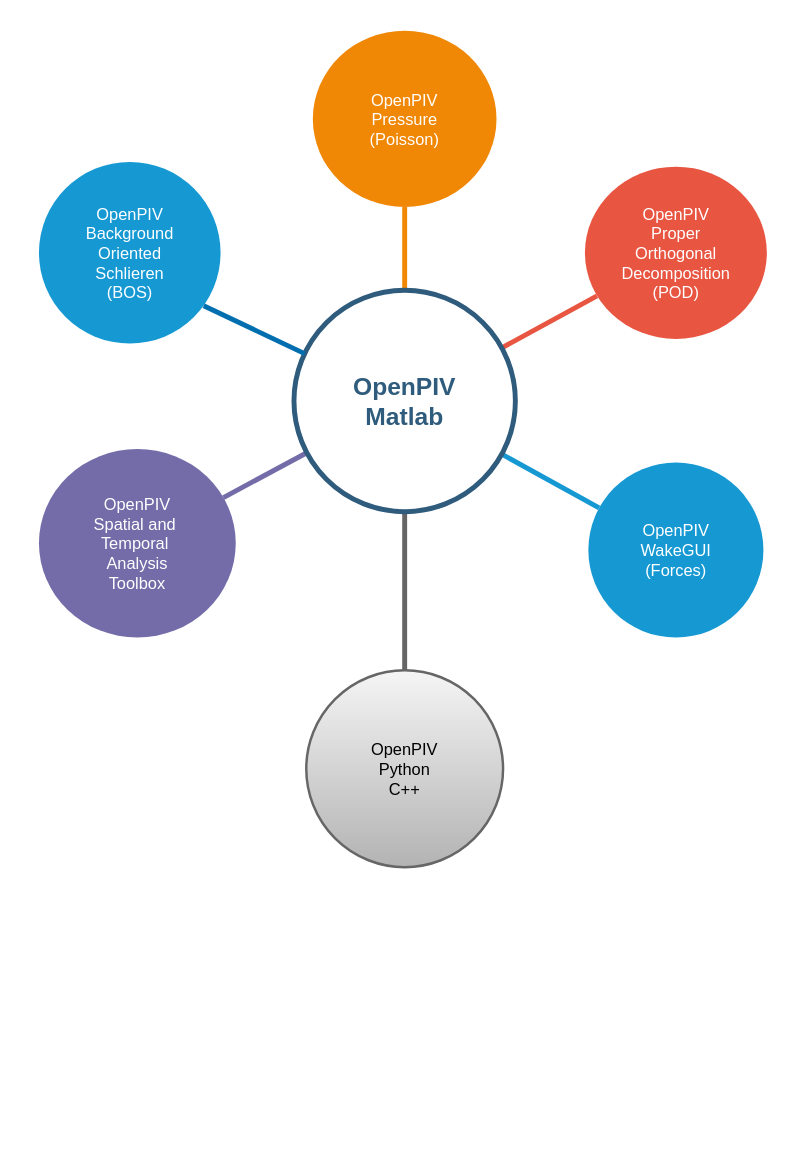
The draw.io diagram images/openpiv-matlab-full-map.drawio in OpenPIV/openpiv.github.com, before the edit. Source tidied: cells renumbered, new cells numbered last; positions are measured from the earlier drawing's top-left corner, leaving out a move shared by most shapes. Both pictures are drawn from the tidied source at 82%, with x=0, y=0 at pixel (39, 30).
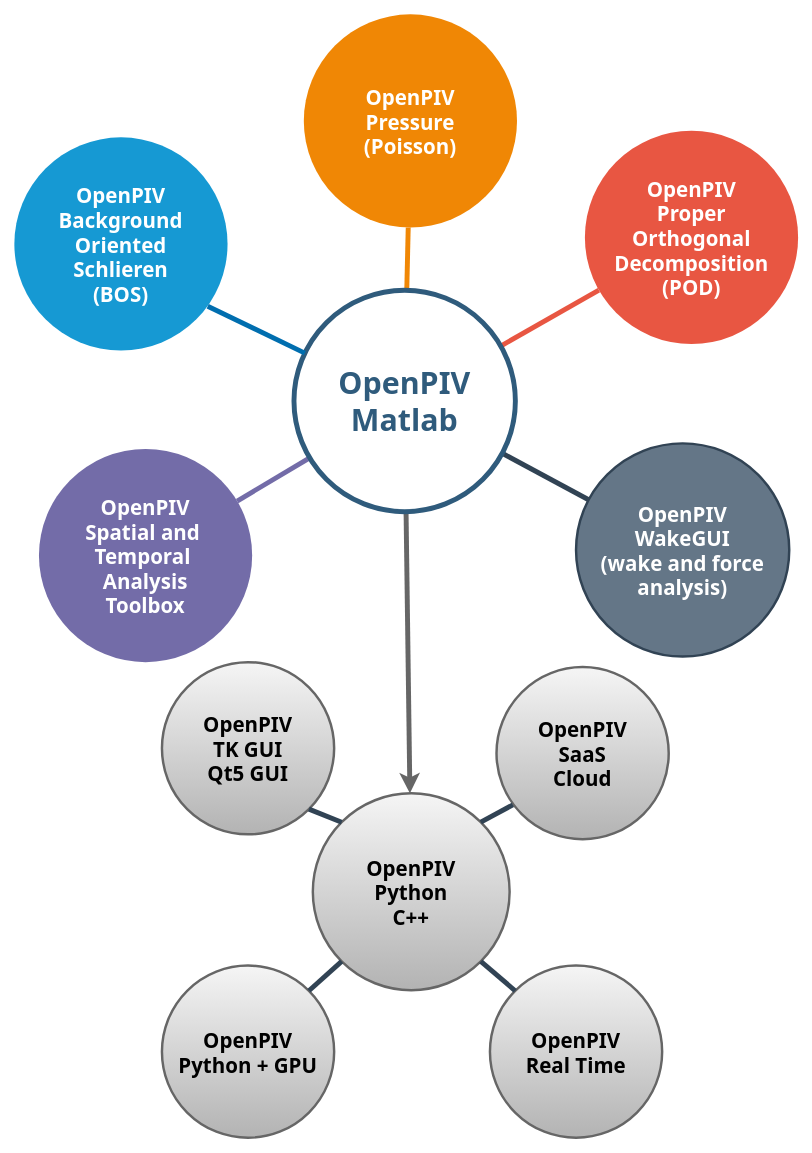
The same diagram, later.

What changed in the source:
```diff
@@
-    <mxCell id="2" value="OpenPIV&lt;br&gt;Pressure&lt;br&gt;(Poisson)" style="ellipse;whiteSpace=wrap;html=1;shadow=0;fontFamily=Helvetica;fontSize=20;fontColor=#FFFFFF;align=center;strokeWidth=3;fillColor=#F08705;strokeColor=none;gradientColor=none;" parent="1" vertex="1">
-      <mxGeometry x="334" width="224" height="215" as="geometry" />
+    <mxCell id="2" value="OpenPIV&lt;br style=&quot;font-size: 25px;&quot;&gt;Pressure&lt;br style=&quot;font-size: 25px;&quot;&gt;(Poisson)" style="ellipse;whiteSpace=wrap;html=1;shadow=0;fontFamily=Tahoma;fontSize=25;fontColor=#FFFFFF;align=center;strokeWidth=3;fillColor=#F08705;strokeColor=none;gradientColor=none;fontStyle=1;" parent="1" vertex="1">
+      <mxGeometry x="323" y="-20" width="260" height="260" as="geometry" />
     </mxCell>
-    <mxCell id="3" value="OpenPIV&lt;br&gt;Proper&lt;br&gt;Orthogonal&lt;br&gt;Decomposition&lt;br&gt;(POD)" style="ellipse;whiteSpace=wrap;html=1;shadow=0;fontFamily=Helvetica;fontSize=20;fontColor=#FFFFFF;align=center;strokeWidth=3;fillColor=#E85642;strokeColor=none;" parent="1" vertex="1">
-      <mxGeometry x="665.8" y="165.8" width="221.9" height="210" as="geometry" />
+    <mxCell id="3" value="OpenPIV&lt;br style=&quot;font-size: 25px;&quot;&gt;Proper&lt;br style=&quot;font-size: 25px;&quot;&gt;Orthogonal&lt;br style=&quot;font-size: 25px;&quot;&gt;Decomposition&lt;br style=&quot;font-size: 25px;&quot;&gt;(POD)" style="ellipse;whiteSpace=wrap;html=1;shadow=0;fontFamily=Tahoma;fontSize=25;fontColor=#FFFFFF;align=center;strokeWidth=3;fillColor=#E85642;strokeColor=none;fontStyle=1;" parent="1" vertex="1">
+      <mxGeometry x="665.8" y="122" width="260" height="260" as="geometry" />
     </mxCell>
-    <mxCell id="4" value="OpenPIV&lt;br&gt;WakeGUI&lt;br&gt;(Forces)" style="ellipse;whiteSpace=wrap;html=1;shadow=0;fontFamily=Helvetica;fontSize=20;fontColor=#FFFFFF;align=center;strokeWidth=3;fillColor=#1699D3;strokeColor=none;" parent="1" vertex="1">
-      <mxGeometry x="670" y="526.5" width="213.5" height="213.5" as="geometry" />
+    <mxCell id="4" value="OpenPIV&lt;br style=&quot;font-size: 25px&quot;&gt;WakeGUI&lt;br style=&quot;font-size: 25px&quot;&gt;(wake and force analysis)" style="ellipse;whiteSpace=wrap;html=1;shadow=0;fontFamily=Tahoma;fontSize=25;align=center;strokeWidth=3;fillColor=#647687;strokeColor=#314354;fontColor=#ffffff;fontStyle=1;" parent="1" vertex="1">
+      <mxGeometry x="655" y="503.2" width="260" height="260" as="geometry" />
     </mxCell>
-    <mxCell id="5" value="OpenPIV&lt;br&gt;Python&lt;br&gt;C++" style="ellipse;whiteSpace=wrap;html=1;shadow=0;fontFamily=Helvetica;fontSize=20;align=center;strokeWidth=3;fillColor=#f5f5f5;strokeColor=#666666;gradientColor=#b3b3b3;" parent="1" vertex="1">
-      <mxGeometry x="326" y="780" width="240" height="240" as="geometry" />
-    </mxCell>
-    <mxCell id="6" style="endArrow=none;strokeWidth=6;strokeColor=#f08705;html=1;" parent="1" edge="1" source="11" target="2">
+    <mxCell id="6" style="endArrow=none;strokeWidth=6;strokeColor=#f08705;html=1;fontStyle=1;fontFamily=Tahoma;fontSize=25;" parent="1" edge="1" source="11" target="2">
       <mxGeometry relative="1" as="geometry" />
     </mxCell>
-    <mxCell id="7" style="endArrow=none;strokeWidth=6;strokeColor=#E85642;html=1;" parent="1" edge="1" source="11" target="3">
+    <mxCell id="7" style="endArrow=none;strokeWidth=6;strokeColor=#E85642;html=1;fontStyle=1;fontFamily=Tahoma;fontSize=25;" parent="1" edge="1" source="11" target="3">
       <mxGeometry relative="1" as="geometry" />
     </mxCell>
-    <mxCell id="8" style="endArrow=none;strokeWidth=6;strokeColor=#1699D3;html=1;" parent="1" edge="1" source="11" target="4">
+    <mxCell id="8" style="endArrow=none;strokeWidth=6;strokeColor=#314354;html=1;fillColor=#647687;fontStyle=1;fontFamily=Tahoma;fontSize=25;" parent="1" edge="1" source="11" target="4">
       <mxGeometry relative="1" as="geometry" />
     </mxCell>
-    <mxCell id="9" style="endArrow=none;strokeWidth=6;strokeColor=#736CA8;html=1;" parent="1" edge="1" source="11" target="12">
+    <mxCell id="9" style="endArrow=none;strokeWidth=6;strokeColor=#736CA8;html=1;fontStyle=1;fontFamily=Tahoma;fontSize=25;" parent="1" edge="1" source="11" target="12">
       <mxGeometry relative="1" as="geometry" />
     </mxCell>
-    <mxCell id="10" style="endArrow=none;strokeWidth=6;strokeColor=#666666;html=1;gradientColor=#b3b3b3;fillColor=#f5f5f5;" parent="1" edge="1" source="11" target="5">
+    <mxCell id="10" style="endArrow=classic;strokeWidth=6;strokeColor=#666666;html=1;gradientColor=#b3b3b3;fillColor=#f5f5f5;fontStyle=1;fontFamily=Tahoma;fontSize=25;endFill=0;" parent="1" edge="1" source="11" target="5">
       <mxGeometry relative="1" as="geometry" />
     </mxCell>
-    <mxCell id="11" value="OpenPIV&lt;br&gt;Matlab" style="ellipse;whiteSpace=wrap;html=1;shadow=0;fontFamily=Helvetica;fontSize=30;fontColor=#2F5B7C;align=center;strokeColor=#2F5B7C;strokeWidth=6;fillColor=#FFFFFF;fontStyle=1;gradientColor=none;" parent="1" vertex="1">
+    <mxCell id="11" value="OpenPIV&lt;br style=&quot;font-size: 37px;&quot;&gt;Matlab" style="ellipse;whiteSpace=wrap;html=1;shadow=0;fontFamily=Tahoma;fontSize=37;fontColor=#2F5B7C;align=center;strokeColor=#2F5B7C;strokeWidth=6;fillColor=#FFFFFF;fontStyle=1;gradientColor=none;" parent="1" vertex="1">
       <mxGeometry x="311" y="316.5" width="270" height="270" as="geometry" />
     </mxCell>
-    <mxCell id="12" value="OpenPIV&lt;br&gt;Spatial and&amp;nbsp;&lt;br&gt;Temporal&amp;nbsp;&lt;br&gt;Analysis&lt;br&gt;Toolbox" style="ellipse;whiteSpace=wrap;html=1;shadow=0;fontFamily=Helvetica;fontSize=20;fontColor=#FFFFFF;align=center;strokeWidth=3;fillColor=#736ca8;strokeColor=none;" parent="1" vertex="1">
-      <mxGeometry y="510" width="240" height="230" as="geometry" />
+    <mxCell id="12" value="OpenPIV&lt;br style=&quot;font-size: 25px;&quot;&gt;Spatial and&amp;nbsp;&lt;br style=&quot;font-size: 25px;&quot;&gt;Temporal&amp;nbsp;&lt;br style=&quot;font-size: 25px;&quot;&gt;Analysis&lt;br style=&quot;font-size: 25px;&quot;&gt;Toolbox" style="ellipse;whiteSpace=wrap;html=1;shadow=0;fontFamily=Tahoma;fontSize=25;fontColor=#FFFFFF;align=center;strokeWidth=3;fillColor=#736ca8;strokeColor=none;fontStyle=1;" parent="1" vertex="1">
+      <mxGeometry y="510" width="260" height="260" as="geometry" />
     </mxCell>
-    <mxCell id="13" value="OpenPIV&lt;br&gt;Background&lt;br&gt;Oriented&lt;br&gt;Schlieren&lt;br&gt;(BOS)" style="ellipse;whiteSpace=wrap;html=1;shadow=0;fontFamily=Helvetica;fontSize=20;fontColor=#FFFFFF;align=center;strokeWidth=3;fillColor=#1699D3;strokeColor=none;" parent="1" vertex="1">
-      <mxGeometry y="160" width="221.5" height="221.5" as="geometry" />
+    <mxCell id="13" value="OpenPIV&lt;br style=&quot;font-size: 25px;&quot;&gt;Background&lt;br style=&quot;font-size: 25px;&quot;&gt;Oriented&lt;br style=&quot;font-size: 25px;&quot;&gt;Schlieren&lt;br style=&quot;font-size: 25px;&quot;&gt;(BOS)" style="ellipse;whiteSpace=wrap;html=1;shadow=0;fontFamily=Tahoma;fontSize=25;fontColor=#FFFFFF;align=center;strokeWidth=3;fillColor=#1699D3;strokeColor=none;fontStyle=1;" parent="1" vertex="1">
+      <mxGeometry x="-30" y="130" width="260" height="260" as="geometry" />
     </mxCell>
-    <mxCell id="14" style="endArrow=none;strokeWidth=6;strokeColor=#006EAF;html=1;fillColor=#1ba1e2;entryX=0.907;entryY=0.792;entryDx=0;entryDy=0;entryPerimeter=0;" parent="1" edge="1" source="11" target="13">
+    <mxCell id="14" style="endArrow=none;strokeWidth=6;strokeColor=#006EAF;html=1;fillColor=#1ba1e2;entryX=0.907;entryY=0.792;entryDx=0;entryDy=0;entryPerimeter=0;fontStyle=1;fontFamily=Tahoma;fontSize=25;" parent="1" edge="1" source="11" target="13">
       <mxGeometry relative="1" as="geometry" />
     </mxCell>
+    <mxCell id="15" style="group;" parent="1" vertex="1">
+      <mxGeometry x="150" y="770" width="618" height="580" as="geometry" />
+    </mxCell>
+    <mxCell id="5" value="OpenPIV&lt;br style=&quot;font-size: 25px;&quot;&gt;Python&lt;br style=&quot;font-size: 25px;&quot;&gt;C++" style="ellipse;whiteSpace=wrap;html=1;shadow=0;fontFamily=Tahoma;fontSize=25;align=center;strokeWidth=3;fillColor=#f5f5f5;strokeColor=#666666;gradientColor=#b3b3b3;fontStyle=1;" parent="15" vertex="1">
+      <mxGeometry x="184" y="160" width="240" height="240" as="geometry" />
+    </mxCell>
+    <mxCell id="16" value="OpenPIV&lt;br style=&quot;font-size: 25px&quot;&gt;TK GUI&lt;br style=&quot;font-size: 25px&quot;&gt;Qt5 GUI" style="ellipse;whiteSpace=wrap;html=1;shadow=0;fontFamily=Tahoma;fontSize=25;align=center;strokeWidth=3;fillColor=#f5f5f5;strokeColor=#666666;gradientColor=#b3b3b3;fontStyle=1;" parent="15" vertex="1">
+      <mxGeometry width="210" height="210" as="geometry" />
+    </mxCell>
+    <mxCell id="17" value="OpenPIV&lt;br style=&quot;font-size: 25px&quot;&gt;Python + GPU" style="ellipse;whiteSpace=wrap;html=1;shadow=0;fontFamily=Tahoma;fontSize=25;align=center;strokeWidth=3;fillColor=#f5f5f5;strokeColor=#666666;gradientColor=#b3b3b3;fontStyle=1;" parent="15" vertex="1">
+      <mxGeometry y="370" width="210" height="210" as="geometry" />
+    </mxCell>
+    <mxCell id="18" value="OpenPIV&lt;br style=&quot;font-size: 25px&quot;&gt;Real Time" style="ellipse;whiteSpace=wrap;html=1;shadow=0;fontFamily=Tahoma;fontSize=25;align=center;strokeWidth=3;fillColor=#f5f5f5;strokeColor=#666666;gradientColor=#b3b3b3;fontStyle=1;" parent="15" vertex="1">
+      <mxGeometry x="400" y="370" width="210" height="210" as="geometry" />
+    </mxCell>
+    <mxCell id="19" value="OpenPIV&lt;br style=&quot;font-size: 25px&quot;&gt;SaaS&lt;br&gt;Cloud" style="ellipse;whiteSpace=wrap;html=1;shadow=0;fontFamily=Tahoma;fontSize=25;align=center;strokeWidth=3;fillColor=#f5f5f5;strokeColor=#666666;gradientColor=#b3b3b3;fontStyle=1;" parent="15" vertex="1">
+      <mxGeometry x="408" y="6" width="210" height="210" as="geometry" />
+    </mxCell>
+    <mxCell id="20" style="endArrow=none;strokeWidth=6;strokeColor=#314354;html=1;fillColor=#647687;fontStyle=1;fontFamily=Tahoma;fontSize=25;entryX=1;entryY=1;entryDx=0;entryDy=0;exitX=0;exitY=0;exitDx=0;exitDy=0;" parent="15" edge="1" source="5" target="16">
+      <mxGeometry relative="1" as="geometry" />
+    </mxCell>
+    <mxCell id="21" style="endArrow=none;strokeWidth=6;strokeColor=#314354;html=1;fillColor=#647687;fontStyle=1;fontFamily=Tahoma;fontSize=25;entryX=1;entryY=0;entryDx=0;entryDy=0;exitX=0;exitY=1;exitDx=0;exitDy=0;" parent="15" edge="1" source="5" target="17">
+      <mxGeometry relative="1" as="geometry" />
+    </mxCell>
+    <mxCell id="22" style="endArrow=none;strokeWidth=6;strokeColor=#314354;html=1;fillColor=#647687;fontStyle=1;fontFamily=Tahoma;fontSize=25;entryX=0;entryY=0;entryDx=0;entryDy=0;exitX=1;exitY=1;exitDx=0;exitDy=0;" parent="15" edge="1" source="5" target="18">
+      <mxGeometry relative="1" as="geometry" />
+    </mxCell>
+    <mxCell id="23" style="endArrow=none;strokeWidth=6;strokeColor=#314354;html=1;fillColor=#647687;fontStyle=1;fontFamily=Tahoma;fontSize=25;entryX=0.095;entryY=0.8;entryDx=0;entryDy=0;exitX=1;exitY=0;exitDx=0;exitDy=0;entryPerimeter=0;" parent="15" edge="1" source="5" target="19">
+      <mxGeometry relative="1" as="geometry" />
+    </mxCell>
```
